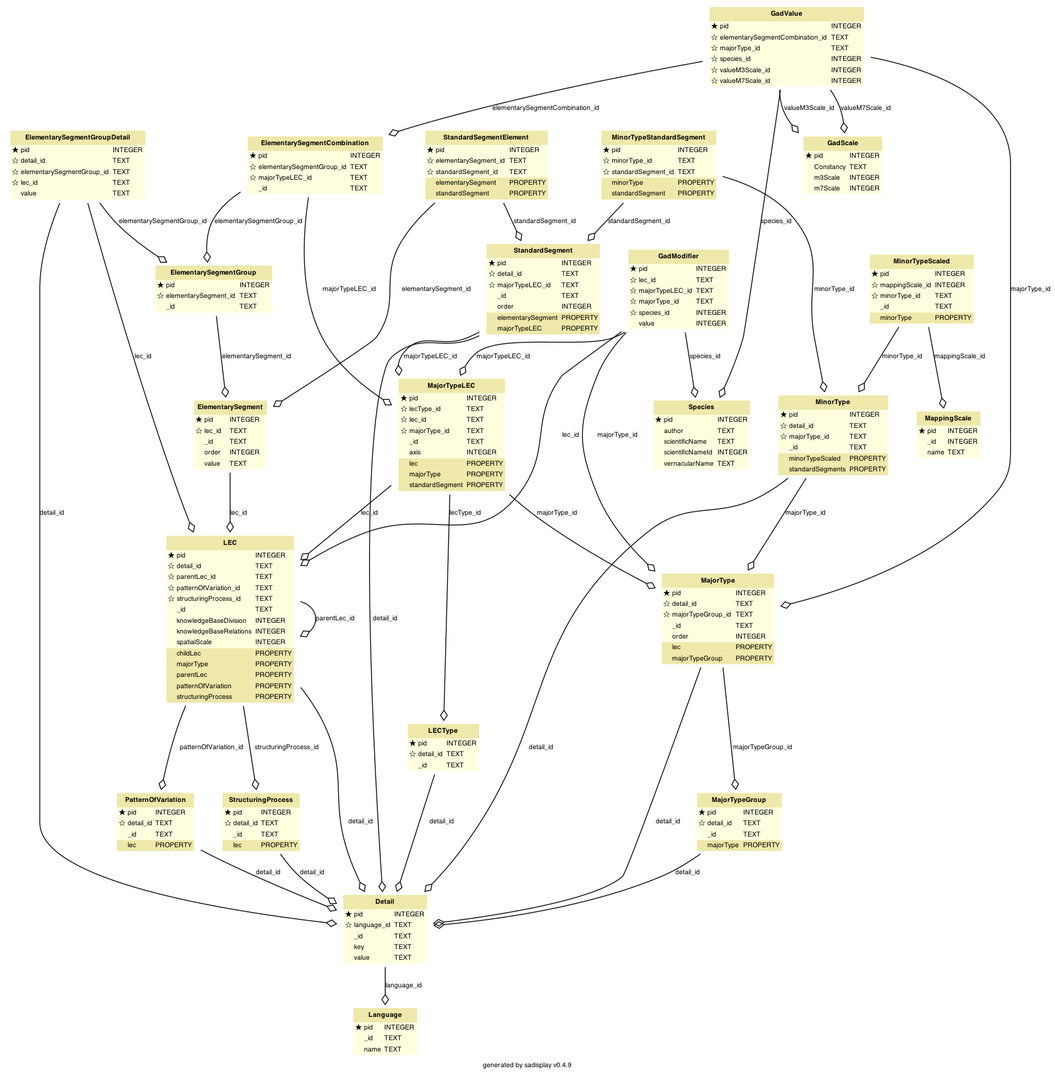
This is scripts/database/schema.png from MichalTorma/natur-i-norge, a Graphviz export, as it was before one commit. Its source is kept beside it as scripts/database/schema.dot.
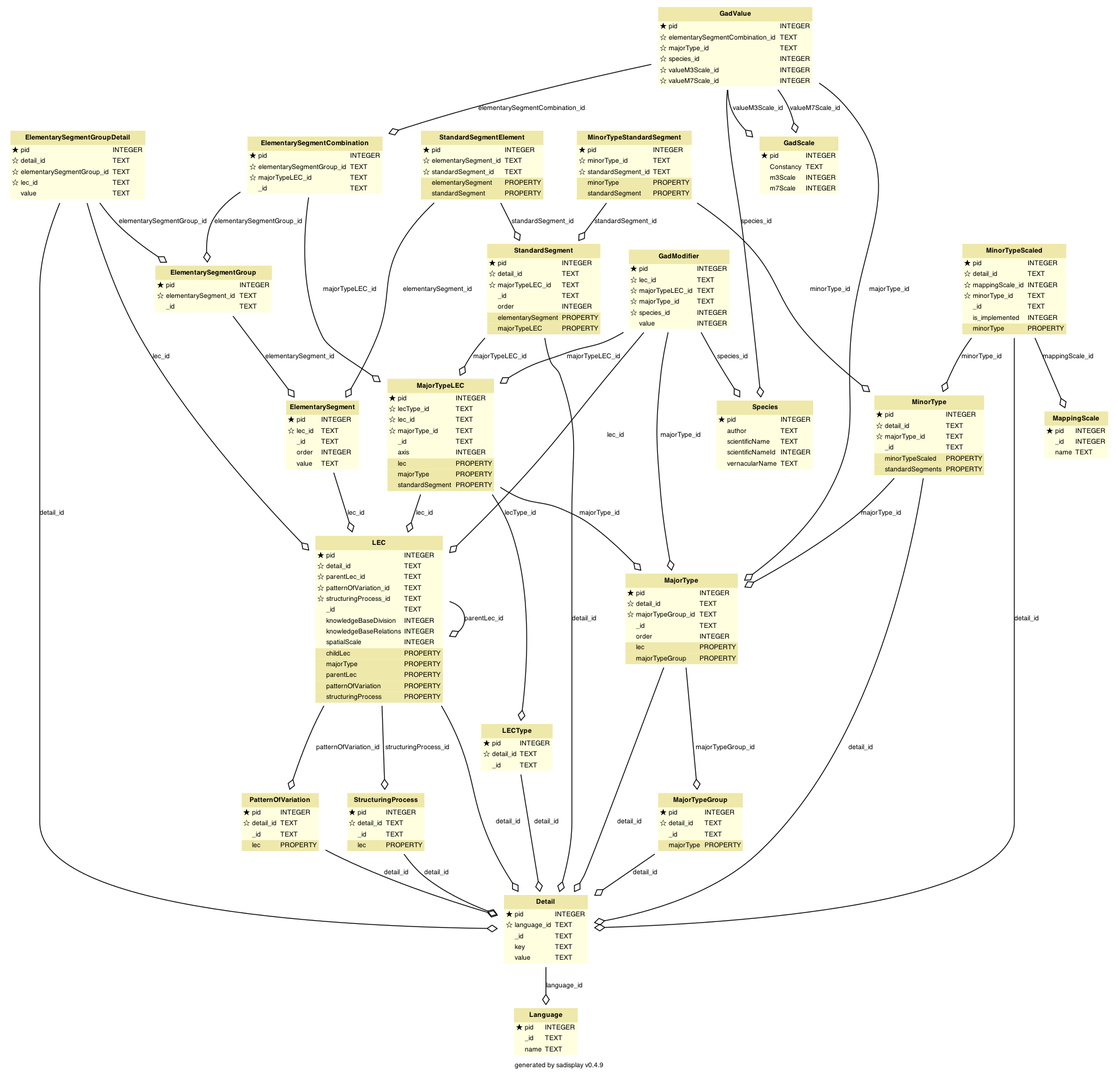
The same diagram one commit later.

The edit, as a diff of the source:
```diff
@@ -578,6 +578,10 @@
         ><FONT FACE="Bitstream Vera Sans">⚪ _id</FONT
         ></TD><TD ALIGN="LEFT"
         ><FONT FACE="Bitstream Vera Sans">TEXT</FONT
+        ></TD></TR> <TR><TD ALIGN="LEFT" BORDER="0"
+        ><FONT FACE="Bitstream Vera Sans">⚪ is_implemented</FONT
+        ></TD><TD ALIGN="LEFT"
+        ><FONT FACE="Bitstream Vera Sans">INTEGER</FONT
         ></TD></TR><TR><TD ALIGN="LEFT" BORDER="0"
         BGCOLOR="palegoldenrod"
         ><FONT FACE="Bitstream Vera Sans">⚪ minorType</FONT></TD
```
